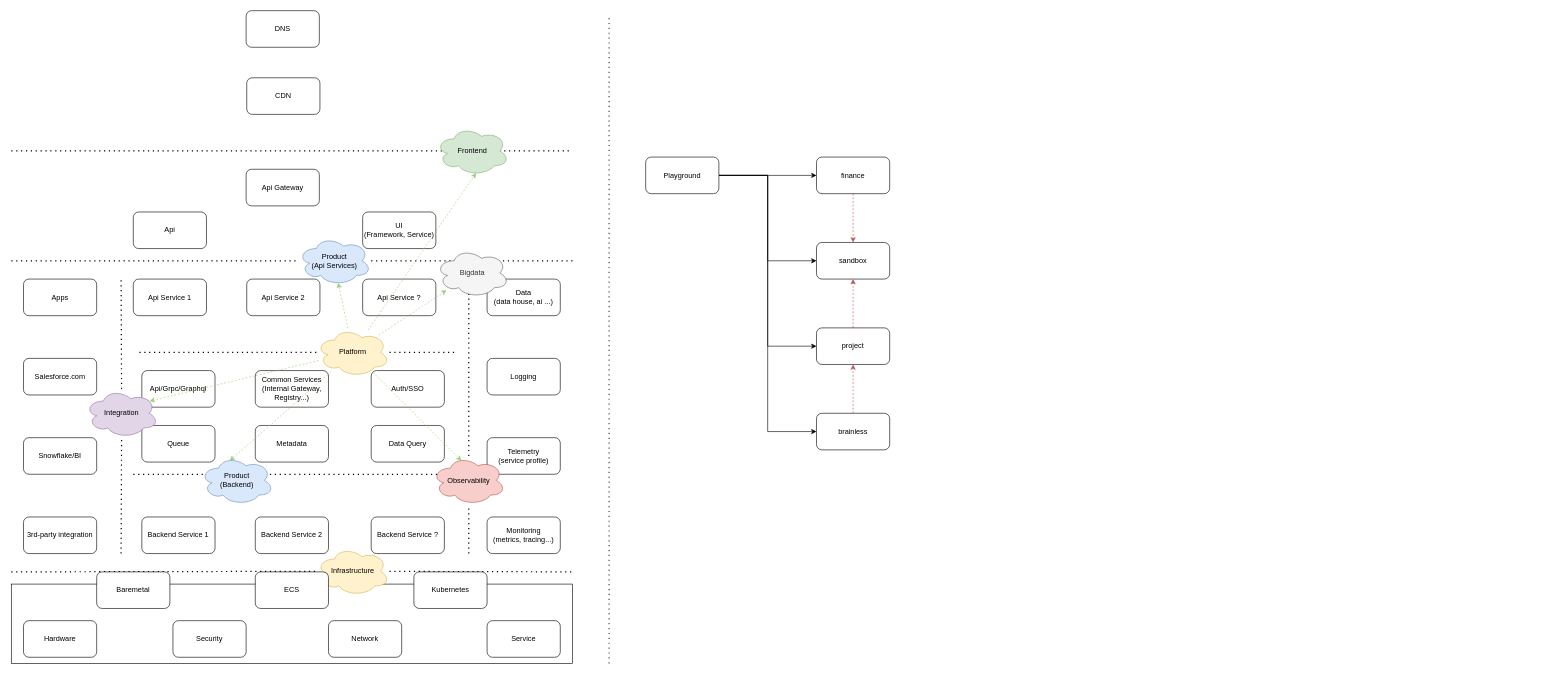
This is gitlab_backup.drawio from jiangtao7/draw.io, a draw.io file, before an edit. Source tidied: cells renumbered, new cells numbered last; positions are measured from the earlier drawing's top-left corner, leaving out a move shared by most shapes. Both pictures are drawn from the tidied source at 61%, with x=0, y=0 at pixel (11, 10).
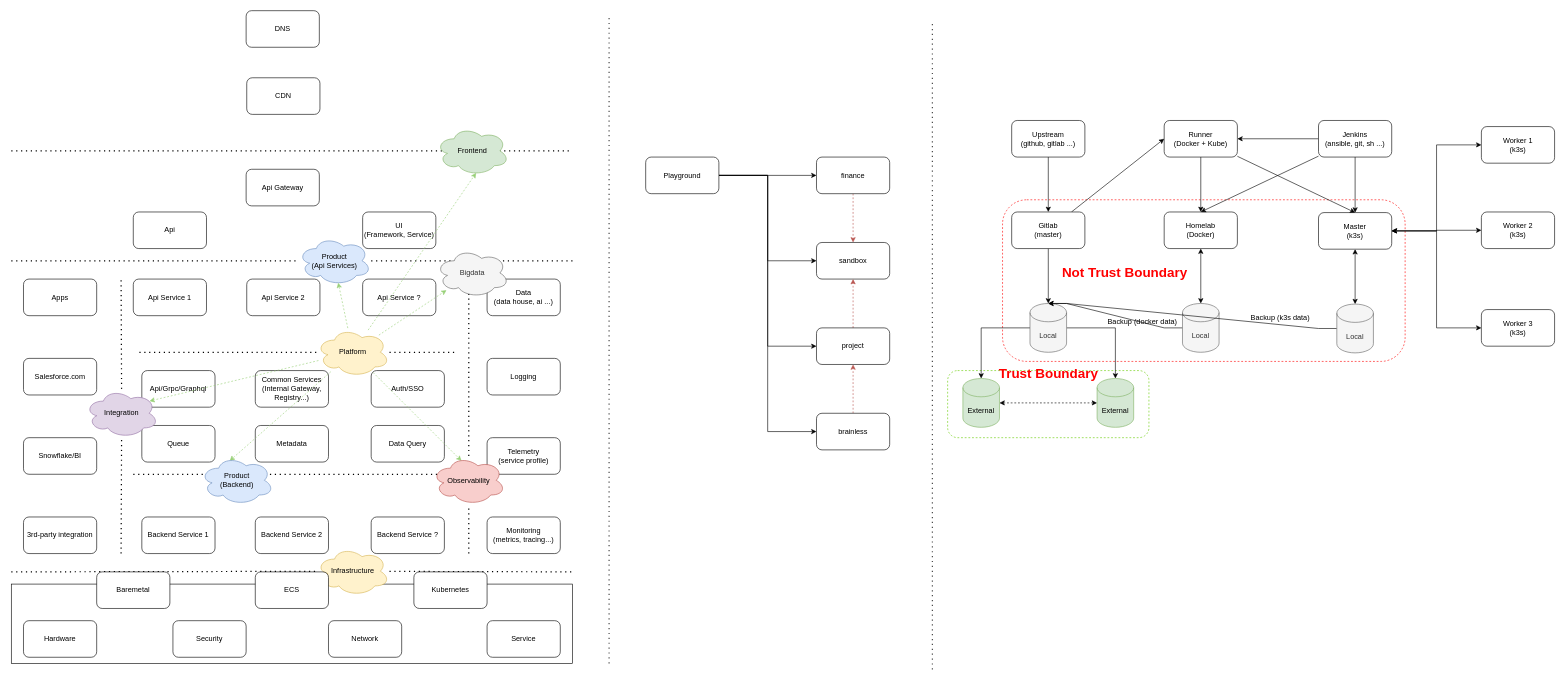
The same page after the edit.

Diff of the diagram source:
```diff
@@
+    <mxCell id="74" style="rounded=1;whiteSpace=wrap;html=1;dashed=1;fillColor=none;strokeColor=#66CC00;" parent="1" vertex="1">
+      <mxGeometry x="1535" y="590" width="330" height="110" as="geometry" />
+    </mxCell>
+    <mxCell id="75" style="rounded=1;whiteSpace=wrap;html=1;dashed=1;fillColor=none;strokeColor=#FF0000;" parent="1" vertex="1">
+      <mxGeometry x="1625" y="310" width="660" height="265" as="geometry" />
+    </mxCell>
@@
+    <mxCell id="76" style="endArrow=none;dashed=1;html=1;dashPattern=1 3;strokeWidth=2;rounded=0;strokeColor=#4D4D4D;" parent="1" edge="1">
+      <mxGeometry relative="1" as="geometry">
+        <mxPoint x="1510" y="1080" as="sourcePoint" />
+        <mxPoint x="1510" y="20" as="targetPoint" />
+      </mxGeometry>
+    </mxCell>
+    <mxCell id="77" style="edgeStyle=orthogonalEdgeStyle;rounded=0;jettySize=auto;html=1;entryX=0.5;entryY=0;entryDx=0;entryDy=0;entryPerimeter=0;startArrow=none;startFill=0;" parent="1" edge="1" source="79" target="89">
+      <mxGeometry relative="1" as="geometry" />
+    </mxCell>
+    <mxCell id="78" style="edgeStyle=none;rounded=0;jettySize=auto;html=1;entryX=0;entryY=0.5;entryDx=0;entryDy=0;fontSize=12;fontColor=#66CC00;startArrow=none;startFill=0;" parent="1" edge="1" source="79" target="108">
+      <mxGeometry relative="1" as="geometry" />
+    </mxCell>
+    <mxCell id="79" value="Gitlab&lt;br&gt;(master)" style="rounded=1;whiteSpace=wrap;html=1;" parent="1" vertex="1">
+      <mxGeometry x="1640" y="330" width="120" height="60" as="geometry" />
+    </mxCell>
+    <mxCell id="80" style="edgeStyle=orthogonalEdgeStyle;rounded=0;jettySize=auto;html=1;entryX=0.5;entryY=0;entryDx=0;entryDy=0;entryPerimeter=0;startArrow=classic;startFill=1;" parent="1" edge="1" source="81" target="91">
+      <mxGeometry relative="1" as="geometry" />
+    </mxCell>
+    <mxCell id="81" value="Homelab&lt;br&gt;(Docker)" style="rounded=1;whiteSpace=wrap;html=1;" parent="1" vertex="1">
+      <mxGeometry x="1890" y="330" width="120" height="60" as="geometry" />
+    </mxCell>
+    <mxCell id="82" style="edgeStyle=orthogonalEdgeStyle;rounded=0;jettySize=auto;html=1;entryX=0.5;entryY=0;entryDx=0;entryDy=0;entryPerimeter=0;startArrow=classic;startFill=1;" parent="1" edge="1" source="86" target="93">
+      <mxGeometry relative="1" as="geometry" />
+    </mxCell>
+    <mxCell id="83" style="edgeStyle=orthogonalEdgeStyle;rounded=0;jettySize=auto;html=1;entryX=0;entryY=0.5;entryDx=0;entryDy=0;startArrow=classic;startFill=1;" parent="1" edge="1" source="86" target="97">
+      <mxGeometry relative="1" as="geometry" />
+    </mxCell>
+    <mxCell id="84" style="edgeStyle=orthogonalEdgeStyle;rounded=0;jettySize=auto;html=1;entryX=0;entryY=0.5;entryDx=0;entryDy=0;startArrow=classic;startFill=1;" parent="1" edge="1" source="86" target="98">
+      <mxGeometry relative="1" as="geometry" />
+    </mxCell>
+    <mxCell id="85" style="edgeStyle=orthogonalEdgeStyle;rounded=0;jettySize=auto;html=1;entryX=0;entryY=0.5;entryDx=0;entryDy=0;startArrow=classic;startFill=1;" parent="1" edge="1" source="86" target="99">
+      <mxGeometry relative="1" as="geometry" />
+    </mxCell>
+    <mxCell id="86" value="Master&lt;br&gt;(k3s)" style="rounded=1;whiteSpace=wrap;html=1;" parent="1" vertex="1">
+      <mxGeometry x="2143" y="331" width="120" height="60" as="geometry" />
+    </mxCell>
+    <mxCell id="87" style="edgeStyle=orthogonalEdgeStyle;rounded=0;jettySize=auto;html=1;entryX=0.5;entryY=0;entryDx=0;entryDy=0;entryPerimeter=0;startArrow=none;startFill=0;" parent="1" edge="1" source="89" target="95">
+      <mxGeometry relative="1" as="geometry" />
+    </mxCell>
+    <mxCell id="88" style="edgeStyle=orthogonalEdgeStyle;rounded=0;jettySize=auto;html=1;entryX=0.5;entryY=0;entryDx=0;entryDy=0;entryPerimeter=0;startArrow=none;startFill=0;" parent="1" edge="1" source="89" target="96">
+      <mxGeometry relative="1" as="geometry" />
+    </mxCell>
+    <mxCell id="89" value="Local" style="shape=cylinder3;whiteSpace=wrap;html=1;boundedLbl=1;backgroundOutline=1;size=15;fillColor=#f5f5f5;fontColor=#333333;strokeColor=#666666;" parent="1" vertex="1">
+      <mxGeometry x="1670" y="480" width="60" height="80" as="geometry" />
+    </mxCell>
+    <mxCell id="90" style="edgeStyle=entityRelationEdgeStyle;rounded=0;jettySize=auto;html=1;entryX=0.5;entryY=0;entryDx=0;entryDy=0;entryPerimeter=0;fontSize=22;fontColor=#FF0000;startArrow=none;startFill=0;" parent="1" edge="1" source="91" target="89">
+      <mxGeometry relative="1" as="geometry" />
+    </mxCell>
+    <mxCell id="91" value="Local" style="shape=cylinder3;whiteSpace=wrap;html=1;boundedLbl=1;backgroundOutline=1;size=15;fillColor=#f5f5f5;fontColor=#333333;strokeColor=#666666;" parent="1" vertex="1">
+      <mxGeometry x="1920" y="480" width="60" height="80" as="geometry" />
+    </mxCell>
+    <mxCell id="92" style="edgeStyle=entityRelationEdgeStyle;rounded=0;jettySize=auto;html=1;entryX=0.5;entryY=0;entryDx=0;entryDy=0;entryPerimeter=0;fontSize=22;fontColor=#66CC00;startArrow=none;startFill=0;" parent="1" edge="1" source="93" target="89">
+      <mxGeometry relative="1" as="geometry" />
+    </mxCell>
+    <mxCell id="93" value="Local" style="shape=cylinder3;whiteSpace=wrap;html=1;boundedLbl=1;backgroundOutline=1;size=15;fillColor=#f5f5f5;fontColor=#333333;strokeColor=#666666;" parent="1" vertex="1">
+      <mxGeometry x="2173" y="481" width="60" height="80" as="geometry" />
+    </mxCell>
+    <mxCell id="94" style="edgeStyle=orthogonalEdgeStyle;rounded=0;jettySize=auto;html=1;entryX=0;entryY=0.5;entryDx=0;entryDy=0;entryPerimeter=0;startArrow=classic;startFill=1;dashed=1;" parent="1" edge="1" source="95" target="96">
+      <mxGeometry relative="1" as="geometry" />
+    </mxCell>
+    <mxCell id="95" value="External" style="shape=cylinder3;whiteSpace=wrap;html=1;boundedLbl=1;backgroundOutline=1;size=15;fillColor=#d5e8d4;strokeColor=#82b366;" parent="1" vertex="1">
+      <mxGeometry x="1560" y="603" width="60" height="80" as="geometry" />
+    </mxCell>
+    <mxCell id="96" value="External" style="shape=cylinder3;whiteSpace=wrap;html=1;boundedLbl=1;backgroundOutline=1;size=15;fillColor=#d5e8d4;strokeColor=#82b366;" parent="1" vertex="1">
+      <mxGeometry x="1780" y="603" width="60" height="80" as="geometry" />
+    </mxCell>
+    <mxCell id="97" value="Worker 1&lt;br&gt;(k3s)" style="rounded=1;whiteSpace=wrap;html=1;" parent="1" vertex="1">
+      <mxGeometry x="2410" y="190" width="120" height="60" as="geometry" />
+    </mxCell>
+    <mxCell id="98" value="Worker 2&lt;br&gt;(k3s)" style="rounded=1;whiteSpace=wrap;html=1;" parent="1" vertex="1">
+      <mxGeometry x="2410" y="330" width="120" height="60" as="geometry" />
+    </mxCell>
+    <mxCell id="99" value="Worker 3&lt;br&gt;(k3s)" style="rounded=1;whiteSpace=wrap;html=1;" parent="1" vertex="1">
+      <mxGeometry x="2410" y="490" width="120" height="60" as="geometry" />
+    </mxCell>
+    <mxCell id="100" style="rounded=0;jettySize=auto;html=1;entryX=0.5;entryY=0;entryDx=0;entryDy=0;fontSize=12;fontColor=#66CC00;startArrow=none;startFill=0;" parent="1" edge="1" source="101" target="79">
+      <mxGeometry relative="1" as="geometry" />
+    </mxCell>
+    <mxCell id="101" value="Upstream&lt;br&gt;(github, gitlab ...)" style="rounded=1;whiteSpace=wrap;html=1;" parent="1" vertex="1">
+      <mxGeometry x="1640" y="180" width="120" height="60" as="geometry" />
+    </mxCell>
+    <mxCell id="102" value="Trust Boundary" style="text;html=1;align=center;verticalAlign=middle;strokeColor=none;fillColor=none;fontColor=#FF0000;fontStyle=1;fontSize=22;" parent="1" vertex="1">
+      <mxGeometry x="1605" y="575" width="190" height="40" as="geometry" />
+    </mxCell>
+    <mxCell id="103" value="Not Trust Boundary" style="text;html=1;align=center;verticalAlign=middle;strokeColor=none;fillColor=none;fontColor=#FF0000;fontStyle=1;fontSize=22;" parent="1" vertex="1">
+      <mxGeometry x="1710" y="410" width="230" height="40" as="geometry" />
+    </mxCell>
+    <mxCell id="104" value="&lt;font color=&quot;#000000&quot;&gt;&lt;span style=&quot;font-size: 12px;&quot;&gt;Backup (k3s data)&lt;br&gt;&lt;/span&gt;&lt;/font&gt;" style="text;html=1;align=center;verticalAlign=middle;strokeColor=none;fillColor=none;fontSize=22;fontColor=#FF0000;" parent="1" vertex="1">
+      <mxGeometry x="2020" y="480" width="120" height="40" as="geometry" />
+    </mxCell>
+    <mxCell id="105" value="&lt;font color=&quot;#000000&quot;&gt;&lt;span style=&quot;font-size: 12px;&quot;&gt;Backup (docker data)&lt;br&gt;&lt;/span&gt;&lt;/font&gt;" style="text;html=1;align=center;verticalAlign=middle;strokeColor=none;fillColor=none;fontSize=22;fontColor=#FF0000;" parent="1" vertex="1">
+      <mxGeometry x="1784" y="487" width="140" height="40" as="geometry" />
+    </mxCell>
+    <mxCell id="106" style="edgeStyle=none;rounded=0;jettySize=auto;html=1;fontSize=12;fontColor=#66CC00;startArrow=none;startFill=0;" parent="1" edge="1" source="108" target="81">
+      <mxGeometry relative="1" as="geometry" />
+    </mxCell>
+    <mxCell id="107" style="edgeStyle=none;rounded=0;jettySize=auto;html=1;entryX=0.5;entryY=0;entryDx=0;entryDy=0;fontSize=12;fontColor=#66CC00;startArrow=none;startFill=0;" parent="1" edge="1" source="108" target="86">
+      <mxGeometry relative="1" as="geometry" />
+    </mxCell>
+    <mxCell id="108" value="Runner&lt;br&gt;(Docker + Kube)" style="rounded=1;whiteSpace=wrap;html=1;" parent="1" vertex="1">
+      <mxGeometry x="1890" y="180" width="120" height="60" as="geometry" />
+    </mxCell>
+    <mxCell id="109" style="edgeStyle=none;rounded=0;jettySize=auto;html=1;entryX=1;entryY=0.5;entryDx=0;entryDy=0;fontSize=12;fontColor=#66CC00;startArrow=none;startFill=0;" parent="1" edge="1" source="112" target="108">
+      <mxGeometry relative="1" as="geometry" />
+    </mxCell>
+    <mxCell id="110" style="edgeStyle=none;rounded=0;jettySize=auto;html=1;entryX=0.5;entryY=0;entryDx=0;entryDy=0;fontSize=12;fontColor=#66CC00;startArrow=none;startFill=0;" parent="1" edge="1" source="112" target="81">
+      <mxGeometry relative="1" as="geometry" />
+    </mxCell>
+    <mxCell id="111" style="edgeStyle=none;rounded=0;jettySize=auto;html=1;entryX=0.5;entryY=0;entryDx=0;entryDy=0;fontSize=12;fontColor=#66CC00;startArrow=none;startFill=0;" parent="1" edge="1" source="112" target="86">
+      <mxGeometry relative="1" as="geometry" />
+    </mxCell>
+    <mxCell id="112" value="Jenkins&lt;br&gt;(ansible, git, sh ...)" style="rounded=1;whiteSpace=wrap;html=1;" parent="1" vertex="1">
+      <mxGeometry x="2143" y="180" width="120" height="60" as="geometry" />
+    </mxCell>
```
